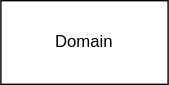
suguruTakahashi-1234/fia-practical-sample keeps this draw.io diagram as asset/drawio/architecture.drawio.svg. Above is the earlier version. Source tidied: cells renumbered, new cells last; positions are measured from the earlier drawing's top-left corner, leaving out a move shared by most shapes.
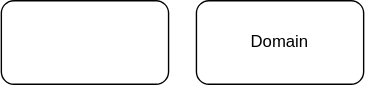
After the change.

Change to the diagram source:
```diff
@@ -2,8 +2,11 @@
   <root>
     <mxCell id="0" />
     <mxCell id="1" parent="0" />
-    <mxCell id="2" value="Domain" style="whiteSpace=wrap;html=1;" parent="1" vertex="1">
+    <mxCell id="2" value="Domain" style="rounded=1;whiteSpace=wrap;html=1;" parent="1" vertex="1">
       <mxGeometry width="120" height="60" as="geometry" />
     </mxCell>
+    <mxCell id="3" style="rounded=1;whiteSpace=wrap;html=1;" parent="1" vertex="1">
+      <mxGeometry x="-140" width="120" height="60" as="geometry" />
+    </mxCell>
   </root>
 </mxGraphModel>
```
